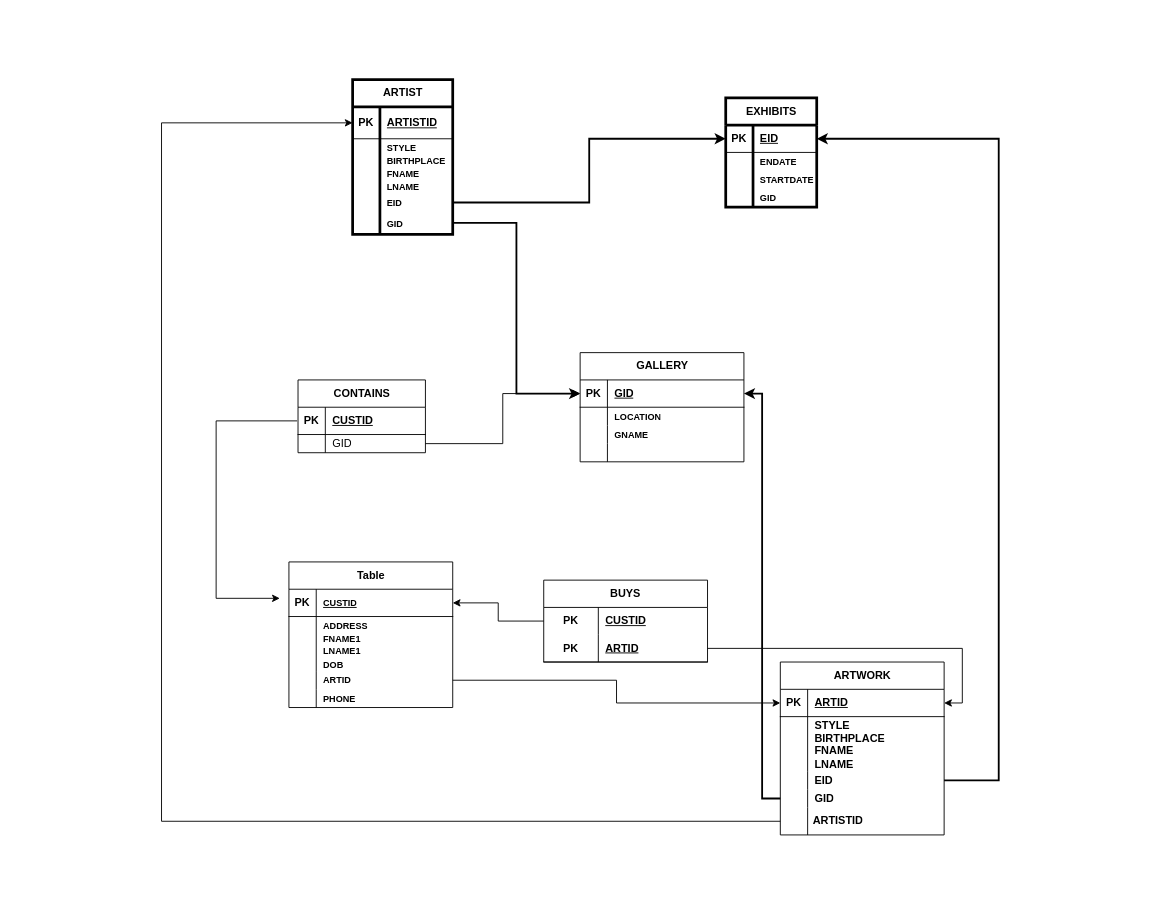
Above: NEWDiagram.drawio in lalitdhimanth/4sem (draw.io), before the change. Source tidied: cells renumbered, new cells numbered last; positions are measured from the earlier drawing's top-left corner, leaving out a move shared by most shapes. Both pictures are drawn from the tidied source at 91%, with x=0, y=0 at pixel (15, 15).
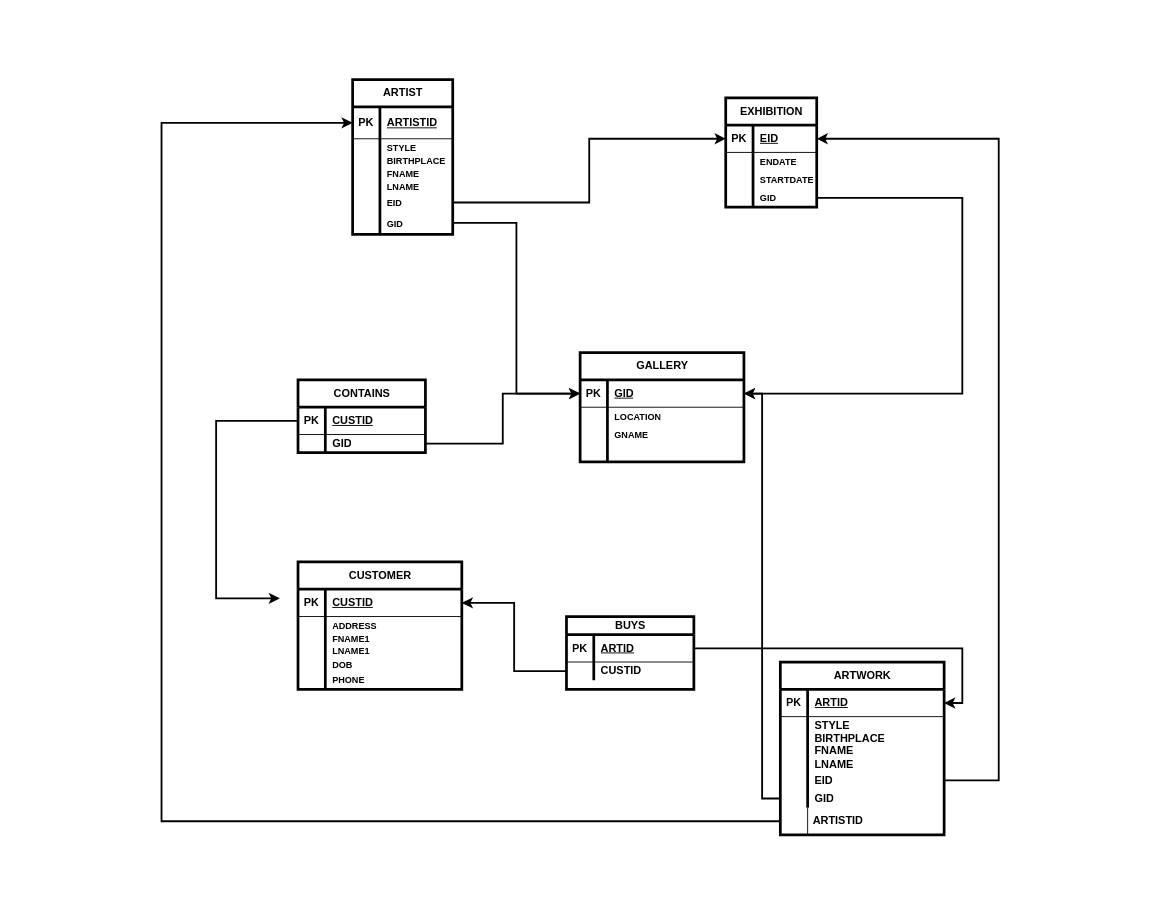
After the change.

The change refers to these unchanged cells:
```xml
<mxCell id="4" style="shape=tableRow;horizontal=0;startSize=0;swimlaneHead=0;swimlaneBody=0;fillColor=none;points=[[0,0.5],[1,0.5]];portConstraint=eastwest;top=0;left=0;right=0;bottom=1;" parent="3" vertex="1">
  <mxGeometry y="30" width="110" height="35" as="geometry" />
</mxCell>
<mxCell id="26" style="shape=tableRow;horizontal=0;startSize=0;swimlaneHead=0;swimlaneBody=0;fillColor=none;points=[[0,0.5],[1,0.5]];portConstraint=eastwest;top=0;left=0;right=0;bottom=0;" parent="16" vertex="1">
  <mxGeometry y="100" width="100" height="20" as="geometry" />
</mxCell>
<mxCell id="31" style="shape=tableRow;horizontal=0;startSize=0;swimlaneHead=0;swimlaneBody=0;fillColor=none;points=[[0,0.5],[1,0.5]];portConstraint=eastwest;top=0;left=0;right=0;bottom=1;" parent="30" vertex="1">
  <mxGeometry y="30" width="180" height="30" as="geometry" />
</mxCell>
<mxCell id="44" style="shape=tableRow;horizontal=0;startSize=0;swimlaneHead=0;swimlaneBody=0;fillColor=none;points=[[0,0.5],[1,0.5]];portConstraint=eastwest;top=0;left=0;right=0;bottom=1;" parent="43" vertex="1">
  <mxGeometry y="30" width="180" height="30" as="geometry" />
</mxCell>
<mxCell id="57" style="shape=tableRow;horizontal=0;startSize=0;swimlaneHead=0;swimlaneBody=0;fillColor=none;points=[[0,0.5],[1,0.5]];portConstraint=eastwest;top=0;left=0;right=0;bottom=1;" parent="56" vertex="1">
  <mxGeometry y="30" width="180" height="30" as="geometry" />
</mxCell>
<mxCell id="87" style="shape=tableRow;horizontal=0;startSize=0;swimlaneHead=0;swimlaneBody=0;fillColor=none;points=[[0,0.5],[1,0.5]];portConstraint=eastwest;top=0;left=0;right=0;bottom=0;" parent="83" vertex="1">
  <mxGeometry y="60" width="140" height="20" as="geometry" />
</mxCell>
<mxCell id="96" value="&lt;b&gt;&amp;nbsp; &amp;nbsp; &amp;nbsp; &amp;nbsp; &amp;nbsp;ARTISTID&lt;/b&gt;" style="text;strokeColor=none;fillColor=none;spacingLeft=4;spacingRight=4;overflow=hidden;points=[[0,0.5],[1,0.5]];portConstraint=eastwest;fontSize=12;whiteSpace=wrap;html=1;" parent="1" vertex="1">
  <mxGeometry x="840" y="870" width="180" height="30" as="geometry" />
</mxCell>
```

Change to the diagram source:
```diff
@@
-    <mxCell id="16" value="EXHIBITS" style="shape=table;startSize=30;childLayout=tableLayout;rowLines=0;fontStyle=1;align=center;html=1;strokeWidth=3;" parent="1" vertex="1">
+    <mxCell id="16" value="EXHIBITION" style="shape=table;startSize=30;childLayout=tableLayout;rowLines=0;fontStyle=1;align=center;html=1;strokeWidth=3;" parent="1" vertex="1">
       <mxGeometry x="780" y="90" width="100" height="120" as="geometry" />
     </mxCell>
@@
-    <mxCell id="30" value="GALLERY" style="shape=table;startSize=30;childLayout=tableLayout;rowLines=0;fontStyle=1;align=center;html=1;" parent="1" vertex="1">
+    <mxCell id="30" value="GALLERY" style="shape=table;startSize=30;childLayout=tableLayout;rowLines=0;fontStyle=1;align=center;html=1;strokeWidth=3;" parent="1" vertex="1">
       <mxGeometry x="620" y="370" width="180" height="120" as="geometry" />
     </mxCell>
@@
-    <mxCell id="43" value="Table" style="shape=table;startSize=30;childLayout=tableLayout;rowLines=0;fontStyle=1;align=center;html=1;" parent="1" vertex="1">
-      <mxGeometry x="300" y="600" width="180" height="160" as="geometry" />
+    <mxCell id="43" value="CUSTOMER" style="shape=table;startSize=30;childLayout=tableLayout;rowLines=0;fontStyle=1;align=center;html=1;strokeWidth=3;" parent="1" vertex="1">
+      <mxGeometry x="310" y="600" width="180" height="140" as="geometry" />
     </mxCell>
@@
-    <mxCell id="46" value="&lt;font style=&quot;font-size: 10px;&quot;&gt;CUSTID&lt;/font&gt;" style="shape=partialRectangle;fillColor=none;top=0;left=0;bottom=0;right=0;align=left;spacingLeft=6;fontStyle=5;overflow=hidden;whiteSpace=wrap;html=1;" parent="44" vertex="1">
+    <mxCell id="46" value="&lt;font style=&quot;font-size: 12px;&quot;&gt;CUSTID&lt;/font&gt;" style="shape=partialRectangle;fillColor=none;top=0;left=0;bottom=0;right=0;align=left;spacingLeft=6;fontStyle=5;overflow=hidden;whiteSpace=wrap;html=1;" parent="44" vertex="1">
       <mxGeometry x="30" width="150" height="30" as="geometry" />
     </mxCell>
@@
-    <mxCell id="50" style="shape=tableRow;horizontal=0;startSize=0;swimlaneHead=0;swimlaneBody=0;fillColor=none;points=[[0,0.5],[1,0.5]];portConstraint=eastwest;top=0;left=0;right=0;bottom=0;" parent="43" vertex="1">
-      <mxGeometry y="120" width="180" height="20" as="geometry" />
-    </mxCell>
-    <mxCell id="51" style="shape=partialRectangle;fillColor=none;top=0;left=0;bottom=0;right=0;overflow=hidden;whiteSpace=wrap;html=1;" parent="50" vertex="1">
-      <mxGeometry width="30" height="20" as="geometry" />
-    </mxCell>
-    <mxCell id="52" value="&lt;font style=&quot;font-size: 10px;&quot;&gt;&lt;b&gt;ARTID&lt;/b&gt;&lt;/font&gt;" style="shape=partialRectangle;fillColor=none;top=0;left=0;bottom=0;right=0;align=left;spacingLeft=6;overflow=hidden;whiteSpace=wrap;html=1;" parent="50" vertex="1">
-      <mxGeometry x="30" width="150" height="20" as="geometry" />
-    </mxCell>
     <mxCell id="53" style="shape=tableRow;horizontal=0;startSize=0;swimlaneHead=0;swimlaneBody=0;fillColor=none;top=0;left=0;right=0;bottom=0;" parent="43" vertex="1">
-      <mxGeometry y="140" width="180" height="20" as="geometry" />
+      <mxGeometry y="120" width="180" height="20" as="geometry" />
     </mxCell>
@@
-    <mxCell id="56" value="ARTWORK" style="shape=table;startSize=30;childLayout=tableLayout;rowLines=0;fontStyle=1;align=center;html=1;" parent="1" vertex="1">
+    <mxCell id="56" value="ARTWORK" style="shape=table;startSize=30;childLayout=tableLayout;rowLines=0;fontStyle=1;align=center;html=1;strokeWidth=3;" parent="1" vertex="1">
       <mxGeometry x="840" y="710" width="180" height="190" as="geometry" />
     </mxCell>
@@
-    <mxCell id="69" style="edgeStyle=orthogonalEdgeStyle;rounded=0;jettySize=auto;html=1;entryX=0;entryY=0.5;entryDx=0;entryDy=0;" parent="1" edge="1" source="50" target="57">
-      <mxGeometry relative="1" as="geometry" />
-    </mxCell>
@@
-    <mxCell id="73" style="edgeStyle=orthogonalEdgeStyle;rounded=0;orthogonalLoop=1;jettySize=auto;html=1;" parent="1" edge="1">
+    <mxCell id="73" style="edgeStyle=orthogonalEdgeStyle;rounded=0;orthogonalLoop=1;jettySize=auto;html=1;strokeWidth=2;" parent="1" edge="1">
       <mxGeometry relative="1" as="geometry">
         <mxPoint x="309" y="445" as="sourcePoint" />
         <mxPoint x="290" y="640" as="targetPoint" />
         <Array as="points">
           <mxPoint x="220" y="445" />
           <mxPoint x="220" y="640" />
         </Array>
       </mxGeometry>
     </mxCell>
-    <mxCell id="74" value="BUYS" style="shape=table;startSize=30;childLayout=tableLayout;rowLines=0;fontStyle=1;align=center;html=1;whiteSpace=wrap;" parent="1" vertex="1">
-      <mxGeometry x="580" y="620" width="180" height="90" as="geometry" />
-    </mxCell>
-    <mxCell id="75" style="shape=tableRow;horizontal=0;startSize=0;swimlaneHead=0;swimlaneBody=0;fillColor=none;points=[[0,0.5],[1,0.5]];portConstraint=eastwest;top=0;left=0;right=0;bottom=0;html=1;" parent="74" vertex="1">
-      <mxGeometry y="30" width="180" height="30" as="geometry" />
-    </mxCell>
-    <mxCell id="76" value="PK" style="shape=partialRectangle;fillColor=none;top=0;left=0;bottom=0;right=0;fontStyle=1;overflow=hidden;html=1;whiteSpace=wrap;" parent="75" vertex="1">
-      <mxGeometry width="60" height="30" as="geometry" />
-    </mxCell>
-    <mxCell id="77" value="CUSTID" style="shape=partialRectangle;fillColor=none;top=0;left=0;bottom=0;right=0;align=left;spacingLeft=6;fontStyle=5;overflow=hidden;html=1;whiteSpace=wrap;" parent="75" vertex="1">
-      <mxGeometry x="60" width="120" height="30" as="geometry" />
-    </mxCell>
-    <mxCell id="78" style="shape=tableRow;horizontal=0;startSize=0;swimlaneHead=0;swimlaneBody=0;fillColor=none;points=[[0,0.5],[1,0.5]];portConstraint=eastwest;top=0;left=0;right=0;bottom=1;html=1;" parent="74" vertex="1">
-      <mxGeometry y="60" width="180" height="30" as="geometry" />
-    </mxCell>
-    <mxCell id="79" value="PK" style="shape=partialRectangle;fillColor=none;top=0;left=0;bottom=0;right=0;fontStyle=1;overflow=hidden;html=1;whiteSpace=wrap;" parent="78" vertex="1">
-      <mxGeometry width="60" height="30" as="geometry" />
-    </mxCell>
-    <mxCell id="80" value="ARTID" style="shape=partialRectangle;fillColor=none;top=0;left=0;bottom=0;right=0;align=left;spacingLeft=6;fontStyle=5;overflow=hidden;html=1;whiteSpace=wrap;" parent="78" vertex="1">
-      <mxGeometry x="60" width="120" height="30" as="geometry" />
-    </mxCell>
-    <mxCell id="81" style="edgeStyle=orthogonalEdgeStyle;rounded=0;jettySize=auto;html=1;entryX=1;entryY=0.5;entryDx=0;entryDy=0;" parent="1" edge="1" source="75" target="44">
-      <mxGeometry relative="1" as="geometry" />
-    </mxCell>
-    <mxCell id="82" style="edgeStyle=orthogonalEdgeStyle;rounded=0;jettySize=auto;html=1;entryX=1;entryY=0.5;entryDx=0;entryDy=0;" parent="1" edge="1" source="78" target="57">
-      <mxGeometry relative="1" as="geometry" />
-    </mxCell>
-    <mxCell id="83" value="CONTAINS" style="shape=table;startSize=30;childLayout=tableLayout;rowLines=0;fontStyle=1;align=center;html=1;" parent="1" vertex="1">
+    <mxCell id="83" value="CONTAINS" style="shape=table;startSize=30;childLayout=tableLayout;rowLines=0;fontStyle=1;align=center;html=1;strokeWidth=3;" parent="1" vertex="1">
       <mxGeometry x="310" y="400" width="140" height="80" as="geometry" />
     </mxCell>
@@
-    <mxCell id="89" value="GID" style="shape=partialRectangle;fillColor=none;top=0;left=0;bottom=0;right=0;align=left;spacingLeft=6;overflow=hidden;whiteSpace=wrap;html=1;" parent="87" vertex="1">
+    <mxCell id="89" value="&lt;b&gt;GID&lt;/b&gt;" style="shape=partialRectangle;fillColor=none;top=0;left=0;bottom=0;right=0;align=left;spacingLeft=6;overflow=hidden;whiteSpace=wrap;html=1;" parent="87" vertex="1">
       <mxGeometry x="30" width="110" height="20" as="geometry" />
     </mxCell>
-    <mxCell id="90" style="edgeStyle=orthogonalEdgeStyle;rounded=0;jettySize=auto;html=1;entryX=0;entryY=0.5;entryDx=0;entryDy=0;" parent="1" edge="1" source="87" target="31">
+    <mxCell id="90" style="edgeStyle=orthogonalEdgeStyle;rounded=0;jettySize=auto;html=1;entryX=0;entryY=0.5;entryDx=0;entryDy=0;strokeWidth=2;" parent="1" edge="1" source="87" target="31">
       <mxGeometry relative="1" as="geometry" />
     </mxCell>
@@
-    <mxCell id="95" style="edgeStyle=orthogonalEdgeStyle;rounded=0;jettySize=auto;html=1;entryX=0;entryY=0.5;entryDx=0;entryDy=0;" parent="1" edge="1" source="96" target="4">
+    <mxCell id="95" style="edgeStyle=orthogonalEdgeStyle;rounded=0;jettySize=auto;html=1;entryX=0;entryY=0.5;entryDx=0;entryDy=0;strokeWidth=2;" parent="1" edge="1" source="96" target="4">
       <mxGeometry relative="1" as="geometry">
         <Array as="points">
           <mxPoint x="160" y="885" />
           <mxPoint x="160" y="118" />
         </Array>
       </mxGeometry>
     </mxCell>
@@
+    <mxCell id="97" style="edgeStyle=orthogonalEdgeStyle;rounded=0;jettySize=auto;html=1;entryX=1;entryY=0.5;entryDx=0;entryDy=0;strokeWidth=2;" parent="1" edge="1" source="26" target="31">
+      <mxGeometry relative="1" as="geometry">
+        <Array as="points">
+          <mxPoint x="1040" y="200" />
+          <mxPoint x="1040" y="415" />
+        </Array>
+      </mxGeometry>
+    </mxCell>
+    <mxCell id="74" value="BUYS" style="shape=table;startSize=20;childLayout=tableLayout;rowLines=0;fontStyle=1;align=center;html=1;strokeWidth=3;" parent="1" vertex="1">
+      <mxGeometry x="605" y="660" width="140" height="80" as="geometry" />
+    </mxCell>
+    <mxCell id="98" style="shape=tableRow;horizontal=0;startSize=0;swimlaneHead=0;swimlaneBody=0;fillColor=none;points=[[0,0.5],[1,0.5]];portConstraint=eastwest;top=0;left=0;right=0;bottom=1;" parent="74" vertex="1">
+      <mxGeometry y="20" width="140" height="30" as="geometry" />
+    </mxCell>
+    <mxCell id="99" value="PK" style="shape=partialRectangle;fillColor=none;top=0;left=0;bottom=0;right=0;fontStyle=1;overflow=hidden;whiteSpace=wrap;html=1;" parent="98" vertex="1">
+      <mxGeometry width="30" height="30" as="geometry" />
+    </mxCell>
+    <mxCell id="100" value="ARTID" style="shape=partialRectangle;fillColor=none;top=0;left=0;bottom=0;right=0;align=left;spacingLeft=6;fontStyle=5;overflow=hidden;whiteSpace=wrap;html=1;" parent="98" vertex="1">
+      <mxGeometry x="30" width="110" height="30" as="geometry" />
+    </mxCell>
+    <mxCell id="101" style="shape=tableRow;horizontal=0;startSize=0;swimlaneHead=0;swimlaneBody=0;fillColor=none;points=[[0,0.5],[1,0.5]];portConstraint=eastwest;top=0;left=0;right=0;bottom=0;" parent="74" vertex="1">
+      <mxGeometry y="50" width="140" height="20" as="geometry" />
+    </mxCell>
+    <mxCell id="51" style="shape=partialRectangle;fillColor=none;top=0;left=0;bottom=0;right=0;overflow=hidden;whiteSpace=wrap;html=1;" parent="101" vertex="1">
+      <mxGeometry width="30" height="20" as="geometry" />
+    </mxCell>
+    <mxCell id="77" value="&lt;b&gt;CUSTID&lt;/b&gt;" style="shape=partialRectangle;fillColor=none;top=0;left=0;bottom=0;right=0;align=left;spacingLeft=6;overflow=hidden;whiteSpace=wrap;html=1;" parent="101" vertex="1">
+      <mxGeometry x="30" width="110" height="20" as="geometry" />
+    </mxCell>
+    <mxCell id="102" style="edgeStyle=orthogonalEdgeStyle;rounded=0;jettySize=auto;html=1;entryX=1;entryY=0.5;entryDx=0;entryDy=0;strokeWidth=2;" parent="1" edge="1" source="98" target="57">
+      <mxGeometry relative="1" as="geometry" />
+    </mxCell>
+    <mxCell id="103" style="edgeStyle=orthogonalEdgeStyle;rounded=0;jettySize=auto;html=1;entryX=1;entryY=0.5;entryDx=0;entryDy=0;strokeWidth=2;" parent="1" edge="1" source="101" target="44">
+      <mxGeometry relative="1" as="geometry" />
+    </mxCell>
```
